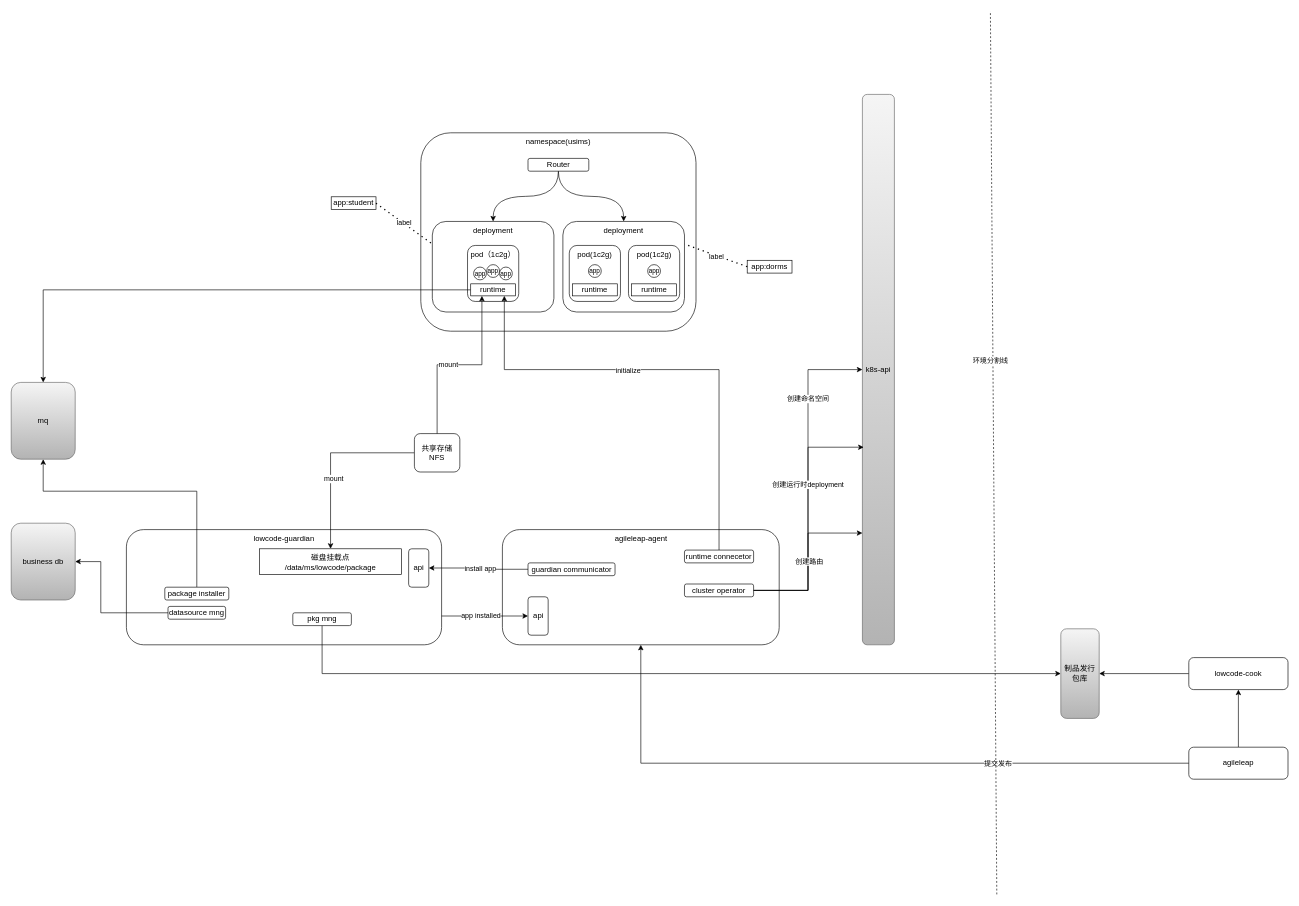
The draw.io diagram page "应用部署" (10 of 10) of 灵捷.drawio in ProgrammerLZ/drawio, before the edit. Source tidied: cells renumbered, new cells numbered last; positions are measured from the earlier drawing's top-left corner, leaving out a move shared by most shapes. Both pictures are drawn from the tidied source at 64%, with x=0, y=0 at pixel (11, 11).
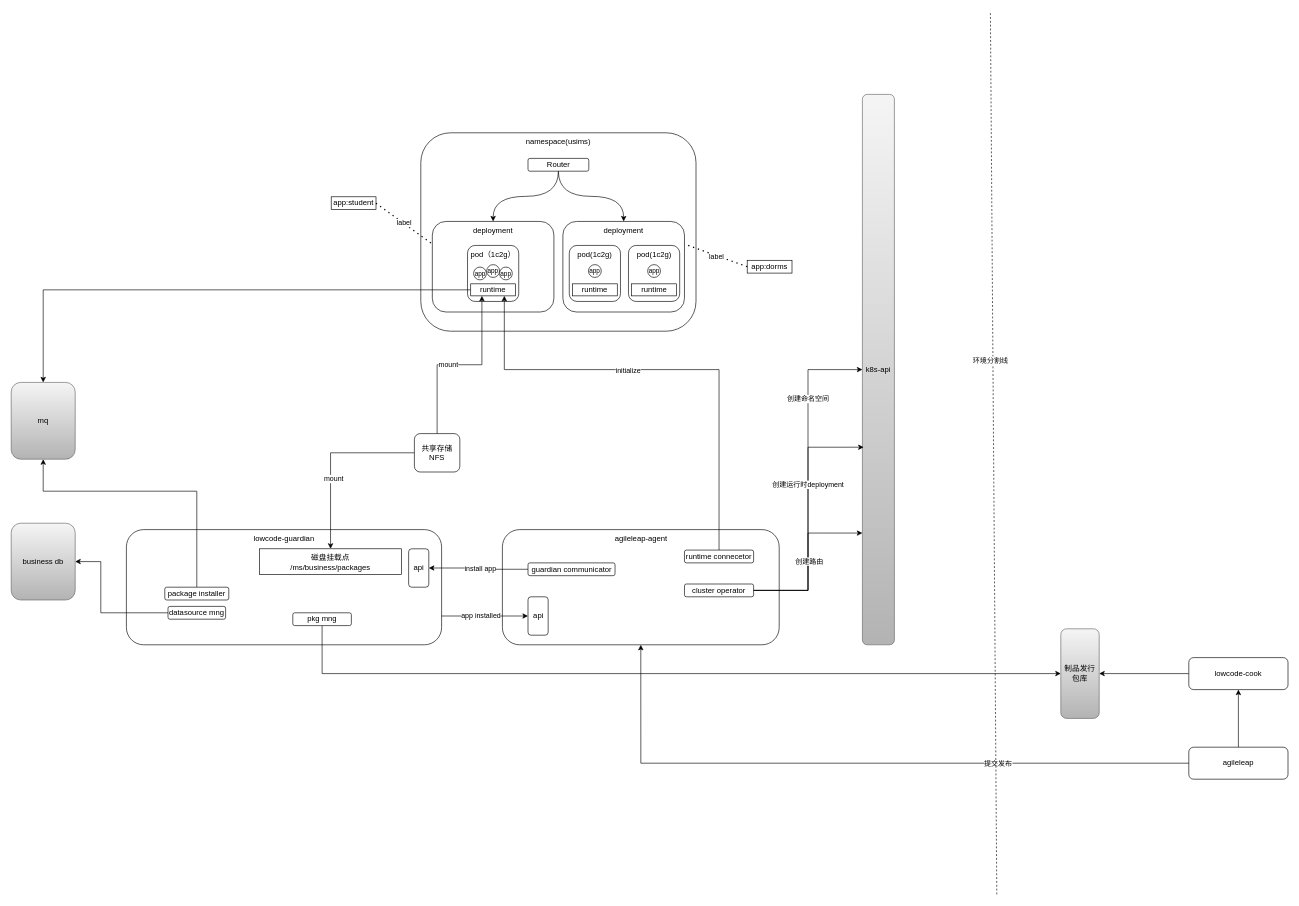
Above is the later version.

What changed in the source:
```diff
@@
-    <mxCell id="19" value="/data/ms/lowcode/package" style="text;html=1;strokeColor=none;fillColor=none;align=center;verticalAlign=middle;whiteSpace=wrap;rounded=0;" parent="1" vertex="1">
+    <mxCell id="19" value="/ms/business/packages" style="text;html=1;strokeColor=none;fillColor=none;align=center;verticalAlign=middle;whiteSpace=wrap;rounded=0;" parent="1" vertex="1">
       <mxGeometry x="469" y="855" width="60" height="30" as="geometry" />
     </mxCell>
```
